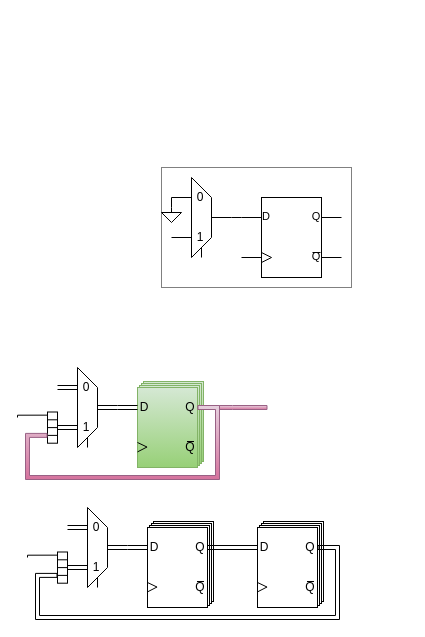
This is JTAG.drawio from Verdvana/JTAG, a draw.io file, before an edit. Source tidied: cells renumbered, new cells numbered last; positions are measured from the earlier drawing's top-left corner, leaving out a move shared by most shapes. Both pictures are drawn from the tidied source at 100%, with x=0, y=0 at pixel (17, 167).
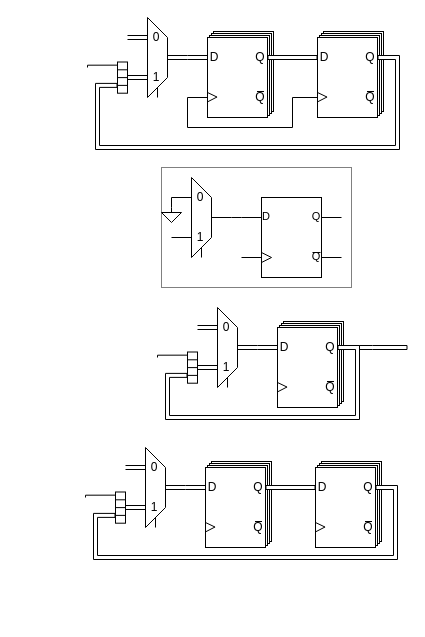
The same diagram, later.

The change refers to these unchanged cells:
```xml
<mxCell id="54" style="whiteSpace=wrap;html=1;" parent="49" vertex="1">
  <mxGeometry y="6" width="60" height="80" as="geometry" />
</mxCell>
<mxCell id="57" value="D" style="text;strokeColor=none;align=center;fillColor=none;html=1;verticalAlign=middle;whiteSpace=wrap;rounded=0;" parent="49" vertex="1">
  <mxGeometry y="20" width="14" height="12" as="geometry" />
</mxCell>
<mxCell id="58" value="Q" style="text;strokeColor=none;align=center;fillColor=none;html=1;verticalAlign=middle;whiteSpace=wrap;rounded=0;" parent="49" vertex="1">
  <mxGeometry x="46" y="20" width="14" height="12" as="geometry" />
</mxCell>
<mxCell id="83" style="whiteSpace=wrap;html=1;" parent="78" vertex="1">
  <mxGeometry y="6" width="60" height="80" as="geometry" />
</mxCell>
<mxCell id="86" value="D" style="text;strokeColor=none;align=center;fillColor=none;html=1;verticalAlign=middle;whiteSpace=wrap;rounded=0;" parent="78" vertex="1">
  <mxGeometry y="20" width="14" height="12" as="geometry" />
</mxCell>
<mxCell id="87" value="Q" style="text;strokeColor=none;align=center;fillColor=none;html=1;verticalAlign=middle;whiteSpace=wrap;rounded=0;" parent="78" vertex="1">
  <mxGeometry x="46" y="20" width="14" height="12" as="geometry" />
</mxCell>
```

Diff of the diagram source:
```diff
@@
     <mxCell id="3" style="group;" parent="1" vertex="1">
-      <mxGeometry x="120" y="214" width="66" height="86" as="geometry" />
+      <mxGeometry x="260" y="154" width="66" height="86" as="geometry" />
     </mxCell>
-    <mxCell id="4" style="whiteSpace=wrap;html=1;fillColor=#d5e8d4;gradientColor=#97d077;strokeColor=#82b366;" parent="3" vertex="1">
+    <mxCell id="4" style="whiteSpace=wrap;html=1;" parent="3" vertex="1">
       <mxGeometry x="6" width="60" height="80" as="geometry" />
     </mxCell>
-    <mxCell id="5" style="whiteSpace=wrap;html=1;fillColor=#d5e8d4;gradientColor=#97d077;strokeColor=#82b366;" parent="3" vertex="1">
+    <mxCell id="5" style="whiteSpace=wrap;html=1;" parent="3" vertex="1">
       <mxGeometry x="4" y="2" width="60" height="80" as="geometry" />
     </mxCell>
-    <mxCell id="6" style="whiteSpace=wrap;html=1;fillColor=#d5e8d4;gradientColor=#97d077;strokeColor=#82b366;" parent="3" vertex="1">
+    <mxCell id="6" style="whiteSpace=wrap;html=1;" parent="3" vertex="1">
       <mxGeometry x="2" y="4" width="60" height="80" as="geometry" />
     </mxCell>
@@
-    <mxCell id="8" style="whiteSpace=wrap;html=1;fillColor=#d5e8d4;gradientColor=#97d077;strokeColor=#82b366;" parent="3" vertex="1">
+    <mxCell id="8" style="whiteSpace=wrap;html=1;" parent="3" vertex="1">
       <mxGeometry y="6" width="60" height="80" as="geometry" />
     </mxCell>
@@
-    <mxCell id="11" value="D" style="text;strokeColor=none;align=center;fillColor=none;html=1;verticalAlign=middle;whiteSpace=wrap;rounded=0;" parent="3" vertex="1">
+    <mxCell id="11" value="D" style="text;align=center;html=1;verticalAlign=middle;whiteSpace=wrap;rounded=0;" parent="3" vertex="1">
       <mxGeometry y="20" width="14" height="12" as="geometry" />
     </mxCell>
-    <mxCell id="12" style="edgeStyle=orthogonalEdgeStyle;rounded=0;jettySize=auto;html=1;exitX=1;exitY=0.5;exitDx=0;exitDy=0;shape=flexArrow;fillColor=#e6d0de;gradientColor=#d5739d;strokeColor=#996185;endArrow=none;endFill=0;width=4;" parent="3" edge="1" source="13">
-      <mxGeometry relative="1" as="geometry">
-        <mxPoint x="130" y="26" as="targetPoint" />
-      </mxGeometry>
-    </mxCell>
-    <mxCell id="13" value="Q" style="text;strokeColor=none;align=center;fillColor=none;html=1;verticalAlign=middle;whiteSpace=wrap;rounded=0;" parent="3" vertex="1">
+    <mxCell id="13" value="Q" style="text;align=center;html=1;verticalAlign=middle;whiteSpace=wrap;rounded=0;" parent="3" vertex="1">
       <mxGeometry x="46" y="20" width="14" height="12" as="geometry" />
     </mxCell>
-    <mxCell id="14" value="Q" style="text;strokeColor=none;align=center;fillColor=none;html=1;verticalAlign=middle;whiteSpace=wrap;rounded=0;" parent="3" vertex="1">
+    <mxCell id="14" value="Q" style="text;align=center;html=1;verticalAlign=middle;whiteSpace=wrap;rounded=0;" parent="3" vertex="1">
       <mxGeometry x="46" y="60" width="14" height="12" as="geometry" />
     </mxCell>
@@
+    <mxCell id="12" style="edgeStyle=orthogonalEdgeStyle;rounded=0;jettySize=auto;html=1;exitX=1;exitY=0.5;exitDx=0;exitDy=0;shape=flexArrow;endArrow=none;endFill=0;width=4;fillColor=default;" parent="3" edge="1" source="13">
+      <mxGeometry relative="1" as="geometry">
+        <mxPoint x="130" y="26" as="targetPoint" />
+      </mxGeometry>
+    </mxCell>
@@
     <mxCell id="31" style="edgeStyle=orthogonalEdgeStyle;rounded=0;jettySize=auto;html=1;exitX=1;exitY=0.5;exitDx=0;exitDy=0;entryX=0;entryY=0.5;entryDx=0;entryDy=0;endArrow=none;endFill=0;shape=link;" parent="1" edge="1" target="11">
       <mxGeometry relative="1" as="geometry">
-        <mxPoint x="100" y="240" as="sourcePoint" />
+        <mxPoint x="240" y="180" as="sourcePoint" />
       </mxGeometry>
     </mxCell>
     <mxCell id="32" style="group;" parent="1" vertex="1">
-      <mxGeometry x="40" y="200" width="60" height="80" as="geometry" />
+      <mxGeometry x="180" y="140" width="60" height="80" as="geometry" />
     </mxCell>
@@
     <mxCell id="43" style="edgeStyle=orthogonalEdgeStyle;rounded=0;jettySize=auto;html=1;exitX=0.899;exitY=0.004;exitDx=0;exitDy=0;exitPerimeter=0;endArrow=none;endFill=0;" parent="1" edge="1" source="44">
       <mxGeometry relative="1" as="geometry">
-        <mxPoint y="250" as="targetPoint" />
+        <mxPoint x="140" y="190" as="targetPoint" />
       </mxGeometry>
     </mxCell>
     <mxCell id="44" style="whiteSpace=wrap;html=1;rotation=-90;" parent="1" vertex="1">
-      <mxGeometry x="19.4" y="255.1" width="31.2" height="10" as="geometry" />
+      <mxGeometry x="159.4" y="195.1" width="31.2" height="10" as="geometry" />
     </mxCell>
@@
-    <mxCell id="48" style="edgeStyle=orthogonalEdgeStyle;rounded=0;jettySize=auto;html=1;entryX=0.25;entryY=0;entryDx=0;entryDy=0;shape=flexArrow;exitX=1;exitY=0.5;exitDx=0;exitDy=0;fillColor=#e6d0de;gradientColor=#d5739d;strokeColor=#996185;endArrow=none;endFill=0;width=4;" parent="1" edge="1" source="13" target="44">
+    <mxCell id="48" style="edgeStyle=orthogonalEdgeStyle;rounded=0;jettySize=auto;html=1;entryX=0.25;entryY=0;entryDx=0;entryDy=0;shape=flexArrow;exitX=1;exitY=0.5;exitDx=0;exitDy=0;endArrow=none;endFill=0;width=4;fillColor=default;" parent="1" edge="1" source="13" target="44">
       <mxGeometry relative="1" as="geometry">
         <Array as="points">
-          <mxPoint x="200" y="240" />
-          <mxPoint x="200" y="310" />
-          <mxPoint x="10" y="310" />
-          <mxPoint x="10" y="268" />
+          <mxPoint x="340" y="180" />
+          <mxPoint x="340" y="250" />
+          <mxPoint x="150" y="250" />
+          <mxPoint x="150" y="208" />
         </Array>
       </mxGeometry>
     </mxCell>
     <mxCell id="49" style="group;" parent="1" vertex="1">
-      <mxGeometry x="130" y="354" width="66" height="86" as="geometry" />
+      <mxGeometry x="190" y="-136" width="66" height="86" as="geometry" />
     </mxCell>
@@
     <mxCell id="61" style="edgeStyle=orthogonalEdgeStyle;rounded=0;jettySize=auto;html=1;exitX=1;exitY=0.5;exitDx=0;exitDy=0;entryX=0;entryY=0.5;entryDx=0;entryDy=0;endArrow=none;endFill=0;shape=link;" parent="1" edge="1" target="57">
       <mxGeometry relative="1" as="geometry">
-        <mxPoint x="110" y="380" as="sourcePoint" />
+        <mxPoint x="170" y="-110" as="sourcePoint" />
       </mxGeometry>
     </mxCell>
     <mxCell id="62" style="group;" parent="1" vertex="1">
-      <mxGeometry x="50" y="340" width="60" height="80" as="geometry" />
+      <mxGeometry x="110" y="-150" width="60" height="80" as="geometry" />
     </mxCell>
@@
     <mxCell id="73" style="edgeStyle=orthogonalEdgeStyle;rounded=0;jettySize=auto;html=1;exitX=0.899;exitY=0.004;exitDx=0;exitDy=0;exitPerimeter=0;endArrow=none;endFill=0;" parent="1" edge="1" source="74">
       <mxGeometry relative="1" as="geometry">
-        <mxPoint x="10" y="390" as="targetPoint" />
+        <mxPoint x="70" y="-100" as="targetPoint" />
       </mxGeometry>
     </mxCell>
     <mxCell id="74" style="whiteSpace=wrap;html=1;rotation=-90;" parent="1" vertex="1">
-      <mxGeometry x="29.4" y="395.1" width="31.2" height="10" as="geometry" />
+      <mxGeometry x="89.4" y="-94.9" width="31.2" height="10" as="geometry" />
     </mxCell>
@@
     <mxCell id="78" style="group;" parent="1" vertex="1">
-      <mxGeometry x="240" y="354" width="66" height="86" as="geometry" />
+      <mxGeometry x="300" y="-136" width="66" height="86" as="geometry" />
     </mxCell>
@@
+    <mxCell id="91" style="edgeStyle=orthogonalEdgeStyle;rounded=0;jettySize=auto;html=1;exitX=1;exitY=0.5;exitDx=0;exitDy=0;entryX=0.25;entryY=0;entryDx=0;entryDy=0;shape=flexArrow;endArrow=none;endFill=0;width=4;fillColor=default;" parent="1" edge="1" source="87" target="74">
+      <mxGeometry relative="1" as="geometry">
+        <Array as="points">
+          <mxPoint x="380" y="-110" />
+          <mxPoint x="380" y="-20" />
+          <mxPoint x="80" y="-20" />
+          <mxPoint x="80" y="-82" />
+        </Array>
+      </mxGeometry>
+    </mxCell>
-    <mxCell id="90" style="edgeStyle=orthogonalEdgeStyle;rounded=0;jettySize=auto;html=1;exitX=1;exitY=0.5;exitDx=0;exitDy=0;entryX=0;entryY=0.5;entryDx=0;entryDy=0;shape=link;endArrow=none;endFill=0;" parent="1" edge="1" source="58" target="86">
+    <mxCell id="90" style="edgeStyle=orthogonalEdgeStyle;rounded=0;jettySize=auto;html=1;exitX=1;exitY=0.5;exitDx=0;exitDy=0;shape=flexArrow;endArrow=none;endFill=0;width=4;entryX=0;entryY=0.5;entryDx=0;entryDy=0;fillColor=default;" parent="1" edge="1" source="58" target="86">
       <mxGeometry relative="1" as="geometry" />
     </mxCell>
-    <mxCell id="91" style="edgeStyle=orthogonalEdgeStyle;rounded=0;jettySize=auto;html=1;exitX=1;exitY=0.5;exitDx=0;exitDy=0;entryX=0.25;entryY=0;entryDx=0;entryDy=0;shape=flexArrow;endArrow=none;endFill=0;width=4;" parent="1" edge="1" source="87" target="74">
-      <mxGeometry relative="1" as="geometry">
-        <Array as="points">
-          <mxPoint x="320" y="380" />
-          <mxPoint x="320" y="450" />
-          <mxPoint x="20" y="450" />
-          <mxPoint x="20" y="408" />
-        </Array>
-      </mxGeometry>
-    </mxCell>
+    <mxCell id="92" style="group;" parent="1" vertex="1">
+      <mxGeometry x="188" y="294" width="66" height="86" as="geometry" />
+    </mxCell>
+    <mxCell id="93" style="whiteSpace=wrap;html=1;" parent="92" vertex="1">
+      <mxGeometry x="6" width="60" height="80" as="geometry" />
+    </mxCell>
+    <mxCell id="94" style="whiteSpace=wrap;html=1;" parent="92" vertex="1">
+      <mxGeometry x="4" y="2" width="60" height="80" as="geometry" />
+    </mxCell>
+    <mxCell id="95" style="whiteSpace=wrap;html=1;" parent="92" vertex="1">
+      <mxGeometry x="2" y="4" width="60" height="80" as="geometry" />
+    </mxCell>
+    <mxCell id="96" style="whiteSpace=wrap;html=1;" parent="92" vertex="1">
+      <mxGeometry y="6" width="60" height="80" as="geometry" />
+    </mxCell>
+    <mxCell id="97" style="whiteSpace=wrap;html=1;" parent="92" vertex="1">
+      <mxGeometry y="6" width="60" height="80" as="geometry" />
+    </mxCell>
+    <mxCell id="98" style="edgeStyle=none;orthogonalLoop=1;jettySize=auto;html=1;rounded=0;exitX=-0.001;exitY=0.645;exitDx=0;exitDy=0;exitPerimeter=0;entryX=0.296;entryY=0.752;entryDx=0;entryDy=0;entryPerimeter=0;endArrow=none;endFill=0;" parent="92" edge="1">
+      <mxGeometry relative="1" as="geometry">
+        <mxPoint y="61" as="sourcePoint" />
+        <mxPoint x="9.6" y="65.6" as="targetPoint" />
+      </mxGeometry>
+    </mxCell>
+    <mxCell id="99" style="edgeStyle=none;orthogonalLoop=1;jettySize=auto;html=1;rounded=0;exitX=-0.001;exitY=0.645;exitDx=0;exitDy=0;exitPerimeter=0;entryX=0.025;entryY=0.801;entryDx=0;entryDy=0;entryPerimeter=0;endArrow=none;endFill=0;" parent="92" edge="1">
+      <mxGeometry relative="1" as="geometry">
+        <mxPoint y="70.4" as="sourcePoint" />
+        <mxPoint x="9.5" y="65.5" as="targetPoint" />
+      </mxGeometry>
+    </mxCell>
+    <mxCell id="100" value="D" style="text;strokeColor=none;align=center;fillColor=none;html=1;verticalAlign=middle;whiteSpace=wrap;rounded=0;" parent="92" vertex="1">
+      <mxGeometry y="20" width="14" height="12" as="geometry" />
+    </mxCell>
+    <mxCell id="101" value="Q" style="text;strokeColor=none;align=center;fillColor=none;html=1;verticalAlign=middle;whiteSpace=wrap;rounded=0;" parent="92" vertex="1">
+      <mxGeometry x="46" y="20" width="14" height="12" as="geometry" />
+    </mxCell>
+    <mxCell id="102" value="Q" style="text;strokeColor=none;align=center;fillColor=none;html=1;verticalAlign=middle;whiteSpace=wrap;rounded=0;" parent="92" vertex="1">
+      <mxGeometry x="46" y="60" width="14" height="12" as="geometry" />
+    </mxCell>
+    <mxCell id="103" style="edgeStyle=none;orthogonalLoop=1;jettySize=auto;html=1;rounded=0;entryX=0.75;entryY=0;entryDx=0;entryDy=0;endArrow=none;endFill=0;exitX=0.25;exitY=0;exitDx=0;exitDy=0;" parent="92" edge="1" source="102" target="102">
+      <mxGeometry relative="1" as="geometry" />
+    </mxCell>
+    <mxCell id="104" style="edgeStyle=orthogonalEdgeStyle;rounded=0;jettySize=auto;html=1;exitX=1;exitY=0.5;exitDx=0;exitDy=0;entryX=0;entryY=0.5;entryDx=0;entryDy=0;endArrow=none;endFill=0;shape=link;" parent="1" edge="1" target="100">
+      <mxGeometry relative="1" as="geometry">
+        <mxPoint x="168" y="320" as="sourcePoint" />
+      </mxGeometry>
+    </mxCell>
+    <mxCell id="105" style="group;" parent="1" vertex="1">
+      <mxGeometry x="108" y="280" width="60" height="80" as="geometry" />
+    </mxCell>
+    <mxCell id="106" style="edgeStyle=none;orthogonalLoop=1;jettySize=auto;html=1;rounded=0;endArrow=none;endFill=0;" parent="105" edge="1">
+      <mxGeometry relative="1" as="geometry">
+        <mxPoint x="20" y="80" as="sourcePoint" />
+        <mxPoint x="20" as="targetPoint" />
+      </mxGeometry>
+    </mxCell>
+    <mxCell id="107" style="edgeStyle=none;orthogonalLoop=1;jettySize=auto;html=1;rounded=0;endArrow=none;endFill=0;" parent="105" edge="1">
+      <mxGeometry relative="1" as="geometry">
+        <mxPoint x="40" y="60" as="sourcePoint" />
+        <mxPoint x="40" y="20" as="targetPoint" />
+      </mxGeometry>
+    </mxCell>
+    <mxCell id="108" style="edgeStyle=none;orthogonalLoop=1;jettySize=auto;html=1;rounded=0;endArrow=none;endFill=0;shape=link;" parent="105" edge="1">
+      <mxGeometry relative="1" as="geometry">
+        <mxPoint x="60" y="40" as="sourcePoint" />
+        <mxPoint x="40" y="40" as="targetPoint" />
+      </mxGeometry>
+    </mxCell>
+    <mxCell id="109" style="edgeStyle=none;orthogonalLoop=1;jettySize=auto;html=1;rounded=0;endArrow=none;endFill=0;shape=link;" parent="105" edge="1">
+      <mxGeometry relative="1" as="geometry">
+        <mxPoint x="20" y="20" as="sourcePoint" />
+        <mxPoint y="20" as="targetPoint" />
+      </mxGeometry>
+    </mxCell>
+    <mxCell id="110" style="edgeStyle=none;orthogonalLoop=1;jettySize=auto;html=1;rounded=0;endArrow=none;endFill=0;shape=link;" parent="105" edge="1">
+      <mxGeometry relative="1" as="geometry">
+        <mxPoint x="20" y="60" as="sourcePoint" />
+        <mxPoint y="60" as="targetPoint" />
+      </mxGeometry>
+    </mxCell>
+    <mxCell id="111" style="edgeStyle=none;orthogonalLoop=1;jettySize=auto;html=1;rounded=0;endArrow=none;endFill=0;" parent="105" edge="1">
+      <mxGeometry relative="1" as="geometry">
+        <mxPoint x="40" y="20" as="sourcePoint" />
+        <mxPoint x="20" as="targetPoint" />
+      </mxGeometry>
+    </mxCell>
+    <mxCell id="112" style="edgeStyle=none;orthogonalLoop=1;jettySize=auto;html=1;rounded=0;endArrow=none;endFill=0;" parent="105" edge="1">
+      <mxGeometry relative="1" as="geometry">
+        <mxPoint x="40" y="60" as="sourcePoint" />
+        <mxPoint x="20" y="80" as="targetPoint" />
+      </mxGeometry>
+    </mxCell>
+    <mxCell id="113" style="edgeStyle=none;orthogonalLoop=1;jettySize=auto;html=1;rounded=0;endArrow=none;endFill=0;" parent="105" edge="1">
+      <mxGeometry relative="1" as="geometry">
+        <mxPoint x="30" y="80" as="sourcePoint" />
+        <mxPoint x="30" y="70" as="targetPoint" />
+      </mxGeometry>
+    </mxCell>
+    <mxCell id="114" value="0" style="text;strokeColor=none;align=center;fillColor=none;html=1;verticalAlign=middle;whiteSpace=wrap;rounded=0;" parent="105" vertex="1">
+      <mxGeometry x="24" y="10" width="10" height="20" as="geometry" />
+    </mxCell>
+    <mxCell id="115" value="1" style="text;strokeColor=none;align=center;fillColor=none;html=1;verticalAlign=middle;whiteSpace=wrap;rounded=0;" parent="105" vertex="1">
+      <mxGeometry x="24" y="50" width="10" height="20" as="geometry" />
+    </mxCell>
+    <mxCell id="116" style="edgeStyle=orthogonalEdgeStyle;rounded=0;jettySize=auto;html=1;exitX=0.899;exitY=0.004;exitDx=0;exitDy=0;exitPerimeter=0;endArrow=none;endFill=0;" parent="1" edge="1" source="117">
+      <mxGeometry relative="1" as="geometry">
+        <mxPoint x="68" y="330" as="targetPoint" />
+      </mxGeometry>
+    </mxCell>
+    <mxCell id="117" style="whiteSpace=wrap;html=1;rotation=-90;" parent="1" vertex="1">
+      <mxGeometry x="87.4" y="335.1" width="31.2" height="10" as="geometry" />
+    </mxCell>
+    <mxCell id="118" style="edgeStyle=orthogonalEdgeStyle;rounded=0;orthogonalLoop=1;jettySize=auto;html=1;exitX=0.75;exitY=0;exitDx=0;exitDy=0;entryX=0.75;entryY=1;entryDx=0;entryDy=0;endArrow=none;endFill=0;" parent="1" edge="1" source="117" target="117">
+      <mxGeometry relative="1" as="geometry" />
+    </mxCell>
+    <mxCell id="119" style="edgeStyle=orthogonalEdgeStyle;rounded=0;orthogonalLoop=1;jettySize=auto;html=1;exitX=0.5;exitY=0;exitDx=0;exitDy=0;entryX=0.5;entryY=1;entryDx=0;entryDy=0;endArrow=none;endFill=0;" parent="1" edge="1" source="117" target="117">
+      <mxGeometry relative="1" as="geometry" />
+    </mxCell>
+    <mxCell id="120" style="edgeStyle=orthogonalEdgeStyle;rounded=0;orthogonalLoop=1;jettySize=auto;html=1;exitX=0.25;exitY=0;exitDx=0;exitDy=0;entryX=0.25;entryY=1;entryDx=0;entryDy=0;endArrow=none;endFill=0;" parent="1" edge="1" source="117" target="117">
+      <mxGeometry relative="1" as="geometry" />
+    </mxCell>
+    <mxCell id="121" style="group;" parent="1" vertex="1">
+      <mxGeometry x="298" y="294" width="66" height="86" as="geometry" />
+    </mxCell>
+    <mxCell id="122" style="whiteSpace=wrap;html=1;" parent="121" vertex="1">
+      <mxGeometry x="6" width="60" height="80" as="geometry" />
+    </mxCell>
+    <mxCell id="123" style="whiteSpace=wrap;html=1;" parent="121" vertex="1">
+      <mxGeometry x="4" y="2" width="60" height="80" as="geometry" />
+    </mxCell>
+    <mxCell id="124" style="whiteSpace=wrap;html=1;" parent="121" vertex="1">
+      <mxGeometry x="2" y="4" width="60" height="80" as="geometry" />
+    </mxCell>
+    <mxCell id="125" style="whiteSpace=wrap;html=1;" parent="121" vertex="1">
+      <mxGeometry y="6" width="60" height="80" as="geometry" />
+    </mxCell>
+    <mxCell id="126" style="whiteSpace=wrap;html=1;" parent="121" vertex="1">
+      <mxGeometry y="6" width="60" height="80" as="geometry" />
+    </mxCell>
+    <mxCell id="127" style="edgeStyle=none;orthogonalLoop=1;jettySize=auto;html=1;rounded=0;exitX=-0.001;exitY=0.645;exitDx=0;exitDy=0;exitPerimeter=0;entryX=0.296;entryY=0.752;entryDx=0;entryDy=0;entryPerimeter=0;endArrow=none;endFill=0;" parent="121" edge="1">
+      <mxGeometry relative="1" as="geometry">
+        <mxPoint y="61" as="sourcePoint" />
+        <mxPoint x="9.6" y="65.6" as="targetPoint" />
+      </mxGeometry>
+    </mxCell>
+    <mxCell id="128" style="edgeStyle=none;orthogonalLoop=1;jettySize=auto;html=1;rounded=0;exitX=-0.001;exitY=0.645;exitDx=0;exitDy=0;exitPerimeter=0;entryX=0.025;entryY=0.801;entryDx=0;entryDy=0;entryPerimeter=0;endArrow=none;endFill=0;" parent="121" edge="1">
+      <mxGeometry relative="1" as="geometry">
+        <mxPoint y="70.4" as="sourcePoint" />
+        <mxPoint x="9.5" y="65.5" as="targetPoint" />
+      </mxGeometry>
+    </mxCell>
+    <mxCell id="129" value="D" style="text;strokeColor=none;align=center;fillColor=none;html=1;verticalAlign=middle;whiteSpace=wrap;rounded=0;" parent="121" vertex="1">
+      <mxGeometry y="20" width="14" height="12" as="geometry" />
+    </mxCell>
+    <mxCell id="130" value="Q" style="text;strokeColor=none;align=center;fillColor=none;html=1;verticalAlign=middle;whiteSpace=wrap;rounded=0;" parent="121" vertex="1">
+      <mxGeometry x="46" y="20" width="14" height="12" as="geometry" />
+    </mxCell>
+    <mxCell id="131" value="Q" style="text;strokeColor=none;align=center;fillColor=none;html=1;verticalAlign=middle;whiteSpace=wrap;rounded=0;" parent="121" vertex="1">
+      <mxGeometry x="46" y="60" width="14" height="12" as="geometry" />
+    </mxCell>
+    <mxCell id="132" style="edgeStyle=none;orthogonalLoop=1;jettySize=auto;html=1;rounded=0;entryX=0.75;entryY=0;entryDx=0;entryDy=0;endArrow=none;endFill=0;exitX=0.25;exitY=0;exitDx=0;exitDy=0;" parent="121" edge="1" source="131" target="131">
+      <mxGeometry relative="1" as="geometry" />
+    </mxCell>
+    <mxCell id="133" style="edgeStyle=orthogonalEdgeStyle;rounded=0;jettySize=auto;html=1;exitX=1;exitY=0.5;exitDx=0;exitDy=0;entryX=0.25;entryY=0;entryDx=0;entryDy=0;shape=flexArrow;endArrow=none;endFill=0;width=4;fillColor=default;" parent="1" edge="1" source="130" target="117">
+      <mxGeometry relative="1" as="geometry">
+        <Array as="points">
+          <mxPoint x="378" y="320" />
+          <mxPoint x="378" y="390" />
+          <mxPoint x="78" y="390" />
+          <mxPoint x="78" y="348" />
+        </Array>
+      </mxGeometry>
+    </mxCell>
+    <mxCell id="134" style="edgeStyle=orthogonalEdgeStyle;rounded=0;jettySize=auto;html=1;exitX=1;exitY=0.5;exitDx=0;exitDy=0;shape=flexArrow;endArrow=none;endFill=0;width=4;entryX=0;entryY=0.5;entryDx=0;entryDy=0;fillColor=default;" parent="1" edge="1" source="101" target="129">
+      <mxGeometry relative="1" as="geometry" />
+    </mxCell>
+    <mxCell id="135" style="edgeStyle=orthogonalEdgeStyle;rounded=0;jettySize=auto;html=1;exitX=0;exitY=0.75;exitDx=0;exitDy=0;entryX=0;entryY=0.75;entryDx=0;entryDy=0;endArrow=none;endFill=0;" parent="1" edge="1" source="83" target="54">
+      <mxGeometry relative="1" as="geometry">
+        <Array as="points">
+          <mxPoint x="275" y="-70" />
+          <mxPoint x="275" y="-40" />
+          <mxPoint x="170" y="-40" />
+          <mxPoint x="170" y="-70" />
+        </Array>
+      </mxGeometry>
+    </mxCell>
```
